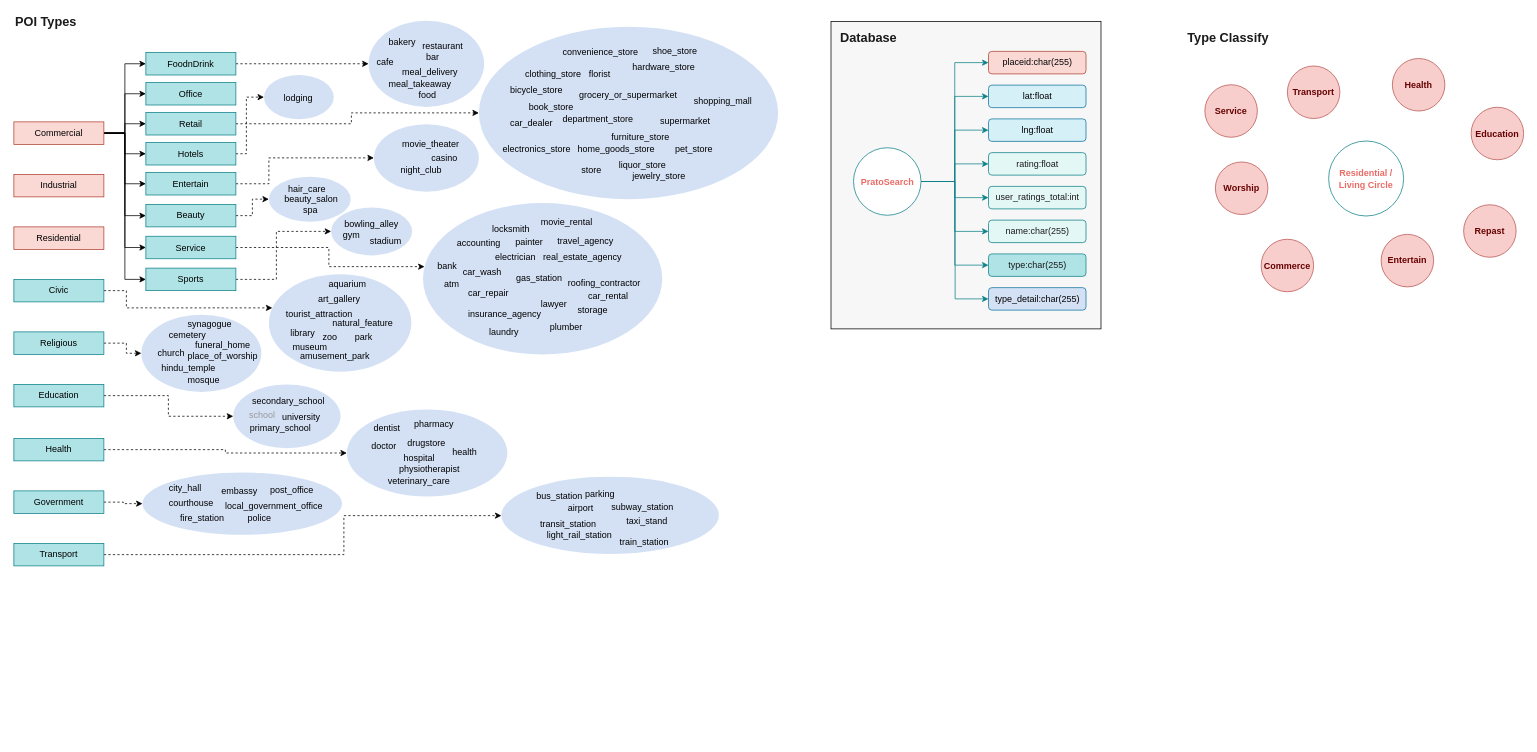
The draw.io diagram data/FunctionMap.drawio in amomorning/osm4arch, before the edit. Source tidied: cells renumbered, new cells numbered last; positions are measured from the earlier drawing's top-left corner, leaving out a move shared by most shapes. Both pictures are drawn from the tidied source at 75%, with x=0, y=0 at pixel (14, 13).
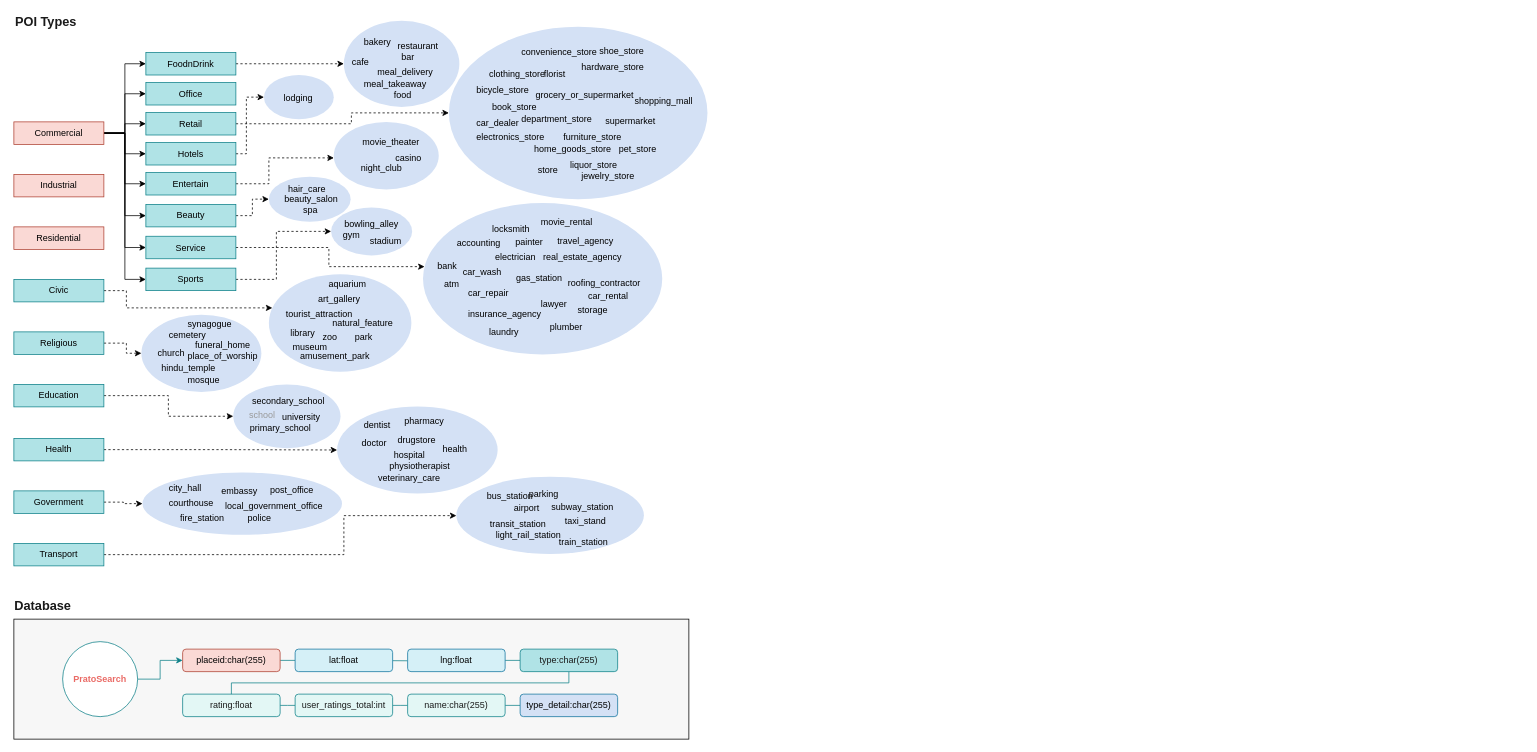
Above is the later version.

Change to the diagram source:
```diff
@@
     <mxCell id="2" style="ellipse;whiteSpace=wrap;html=1;fillColor=#D4E1F5;strokeColor=none;" parent="1" vertex="1">
-      <mxGeometry x="480" y="148" width="140" height="90" as="geometry" />
+      <mxGeometry x="426.5" y="145" width="140" height="90" as="geometry" />
     </mxCell>
@@
     <mxCell id="4" style="rounded=0;whiteSpace=wrap;html=1;labelBackgroundColor=#ffffff;fontSize=17;gradientColor=none;fillColor=#F7F7F7;strokeColor=#000000;" parent="1" vertex="1">
-      <mxGeometry x="1089.5" y="11" width="360" height="410" as="geometry" />
+      <mxGeometry y="808" width="900" height="160" as="geometry" />
     </mxCell>
-    <mxCell id="5" style="edgeStyle=orthogonalEdgeStyle;rounded=0;jettySize=auto;html=1;entryX=0;entryY=0.5;entryDx=0;entryDy=0;exitX=1;exitY=0.5;exitDx=0;exitDy=0;fillColor=#b0e3e6;strokeColor=#0e8088;" parent="1" edge="1" source="13" target="14">
+    <mxCell id="5" style="edgeStyle=orthogonalEdgeStyle;rounded=0;jettySize=auto;html=1;exitX=1;exitY=0.5;exitDx=0;exitDy=0;entryX=0;entryY=0.5;entryDx=0;entryDy=0;strokeColor=#0E8088;" parent="1" edge="1" source="13" target="14">
       <mxGeometry relative="1" as="geometry" />
     </mxCell>
-    <mxCell id="6" style="edgeStyle=orthogonalEdgeStyle;rounded=0;jettySize=auto;html=1;entryX=0;entryY=0.5;entryDx=0;entryDy=0;fillColor=#b0e3e6;strokeColor=#0e8088;" parent="1" edge="1" source="13" target="15">
-      <mxGeometry relative="1" as="geometry" />
-    </mxCell>
-    <mxCell id="7" style="edgeStyle=orthogonalEdgeStyle;rounded=0;jettySize=auto;html=1;entryX=0;entryY=0.5;entryDx=0;entryDy=0;fillColor=#b0e3e6;strokeColor=#0e8088;" parent="1" edge="1" source="13" target="16">
-      <mxGeometry relative="1" as="geometry" />
-    </mxCell>
-    <mxCell id="8" style="edgeStyle=orthogonalEdgeStyle;rounded=0;jettySize=auto;html=1;entryX=0;entryY=0.5;entryDx=0;entryDy=0;fillColor=#b0e3e6;strokeColor=#0e8088;" parent="1" edge="1" source="13" target="17">
-      <mxGeometry relative="1" as="geometry" />
-    </mxCell>
-    <mxCell id="9" style="edgeStyle=orthogonalEdgeStyle;rounded=0;jettySize=auto;html=1;fillColor=#b0e3e6;strokeColor=#0e8088;" parent="1" edge="1" source="13" target="18">
-      <mxGeometry relative="1" as="geometry" />
-    </mxCell>
-    <mxCell id="10" style="edgeStyle=orthogonalEdgeStyle;rounded=0;jettySize=auto;html=1;entryX=0;entryY=0.5;entryDx=0;entryDy=0;fillColor=#b0e3e6;strokeColor=#0e8088;" parent="1" edge="1" source="13" target="19">
-      <mxGeometry relative="1" as="geometry" />
-    </mxCell>
-    <mxCell id="11" style="edgeStyle=orthogonalEdgeStyle;rounded=0;jettySize=auto;html=1;entryX=0;entryY=0.5;entryDx=0;entryDy=0;fillColor=#b0e3e6;strokeColor=#0e8088;" parent="1" edge="1" source="13" target="20">
-      <mxGeometry relative="1" as="geometry" />
-    </mxCell>
-    <mxCell id="12" style="edgeStyle=elbowEdgeStyle;rounded=0;jettySize=auto;html=1;exitX=1;exitY=0.5;exitDx=0;exitDy=0;entryX=0;entryY=0.5;entryDx=0;entryDy=0;fontColor=#000000;fillColor=#b0e3e6;strokeColor=#0e8088;" parent="1" edge="1" source="13" target="195">
-      <mxGeometry relative="1" as="geometry" />
-    </mxCell>
-    <mxCell id="13" value="PratoSearch" style="ellipse;whiteSpace=wrap;html=1;fillColor=#FFFFFF;strokeColor=#0e8088;labelBackgroundColor=none;fontColor=#EA6B66;strokeWidth=1;fontStyle=1;" parent="1" vertex="1">
-      <mxGeometry x="1119.5" y="179.5" width="90" height="90" as="geometry" />
+    <mxCell id="13" value="PratoSearch" style="ellipse;whiteSpace=wrap;html=1;fillColor=#FFFFFF;strokeColor=#0E8088;labelBackgroundColor=none;fontColor=#EA6B66;strokeWidth=1;fontStyle=1;" parent="1" vertex="1">
+      <mxGeometry x="65" y="838" width="100" height="100" as="geometry" />
     </mxCell>
+    <mxCell id="198" style="edgeStyle=none;rounded=0;jettySize=auto;html=1;endArrow=none;endFill=0;strokeColor=#0E8088;" parent="1" edge="1" source="14" target="15">
+      <mxGeometry relative="1" as="geometry" />
+    </mxCell>
     <mxCell id="14" value="placeid:char(255)" style="rounded=1;whiteSpace=wrap;html=1;fillColor=#fad9d5;strokeColor=#ae4132;" parent="1" vertex="1">
-      <mxGeometry x="1299.5" y="51" width="130" height="30" as="geometry" />
+      <mxGeometry x="225" y="848" width="130" height="30" as="geometry" />
     </mxCell>
+    <mxCell id="199" style="edgeStyle=none;rounded=0;jettySize=auto;html=1;entryX=-0.002;entryY=0.518;entryDx=0;entryDy=0;entryPerimeter=0;endArrow=none;endFill=0;strokeColor=#0E8088;" parent="1" edge="1" source="15" target="16">
+      <mxGeometry relative="1" as="geometry" />
+    </mxCell>
     <mxCell id="15" value="lat:float" style="rounded=1;whiteSpace=wrap;html=1;fillColor=#D5F0F7;strokeColor=#10739e;" parent="1" vertex="1">
-      <mxGeometry x="1299.5" y="96" width="130" height="30" as="geometry" />
+      <mxGeometry x="375" y="848" width="130" height="30" as="geometry" />
     </mxCell>
+    <mxCell id="200" style="edgeStyle=none;rounded=0;jettySize=auto;html=1;entryX=0;entryY=0.5;entryDx=0;entryDy=0;endArrow=none;endFill=0;strokeColor=#0E8088;" parent="1" edge="1" source="16" target="20">
+      <mxGeometry relative="1" as="geometry" />
+    </mxCell>
     <mxCell id="16" value="lng:float" style="rounded=1;whiteSpace=wrap;html=1;fillColor=#D5F0F7;strokeColor=#10739e;" parent="1" vertex="1">
-      <mxGeometry x="1299.5" y="141" width="130" height="30" as="geometry" />
+      <mxGeometry x="525" y="848" width="130" height="30" as="geometry" />
     </mxCell>
+    <mxCell id="201" style="edgeStyle=elbowEdgeStyle;rounded=0;jettySize=auto;elbow=vertical;html=1;exitX=1;exitY=0.5;exitDx=0;exitDy=0;entryX=0;entryY=0.5;entryDx=0;entryDy=0;endArrow=none;endFill=0;strokeColor=#0E8088;" parent="1" edge="1" source="17" target="18">
+      <mxGeometry relative="1" as="geometry" />
+    </mxCell>
     <mxCell id="17" value="rating:float" style="rounded=1;whiteSpace=wrap;html=1;fillColor=#E3F7F5;strokeColor=#0e8088;fontColor=#1A1A1A;" parent="1" vertex="1">
-      <mxGeometry x="1299.5" y="186" width="130" height="30" as="geometry" />
+      <mxGeometry x="225" y="908" width="130" height="30" as="geometry" />
     </mxCell>
+    <mxCell id="202" style="edgeStyle=elbowEdgeStyle;rounded=0;jettySize=auto;elbow=vertical;html=1;endArrow=none;endFill=0;strokeColor=#0E8088;entryX=0;entryY=0.5;entryDx=0;entryDy=0;" parent="1" edge="1" source="18" target="19">
+      <mxGeometry relative="1" as="geometry" />
+    </mxCell>
     <mxCell id="18" value="user_ratings_total:int" style="rounded=1;whiteSpace=wrap;html=1;fillColor=#E3F7F5;strokeColor=#0e8088;fontColor=#1A1A1A;" parent="1" vertex="1">
-      <mxGeometry x="1299.5" y="231" width="130" height="30" as="geometry" />
+      <mxGeometry x="375" y="908" width="130" height="30" as="geometry" />
     </mxCell>
+    <mxCell id="203" style="edgeStyle=elbowEdgeStyle;rounded=0;jettySize=auto;elbow=vertical;html=1;endArrow=none;endFill=0;strokeColor=#0E8088;entryX=0.001;entryY=0.505;entryDx=0;entryDy=0;entryPerimeter=0;" parent="1" edge="1" source="19" target="195">
+      <mxGeometry relative="1" as="geometry" />
+    </mxCell>
     <mxCell id="19" value="name:char(255)" style="rounded=1;whiteSpace=wrap;html=1;fillColor=#E3F7F5;strokeColor=#0e8088;fontColor=#1A1A1A;" parent="1" vertex="1">
-      <mxGeometry x="1299.5" y="276" width="130" height="30" as="geometry" />
+      <mxGeometry x="525" y="908" width="130" height="30" as="geometry" />
     </mxCell>
+    <mxCell id="204" style="edgeStyle=elbowEdgeStyle;rounded=0;jettySize=auto;html=1;entryX=0.5;entryY=0;entryDx=0;entryDy=0;endArrow=none;endFill=0;strokeColor=#0E8088;elbow=vertical;" parent="1" edge="1" source="20" target="17">
+      <mxGeometry relative="1" as="geometry" />
+    </mxCell>
     <mxCell id="20" value="type:char(255)" style="rounded=1;whiteSpace=wrap;html=1;fillColor=#b0e3e6;strokeColor=#0e8088;fontColor=#1A1A1A;" parent="1" vertex="1">
-      <mxGeometry x="1299.5" y="321" width="130" height="30" as="geometry" />
+      <mxGeometry x="675" y="848" width="130" height="30" as="geometry" />
     </mxCell>
     <mxCell id="21" value="Database" style="text;html=1;align=left;verticalAlign=top;spacingTop=-4;fontColor=#1A1A1A;fontStyle=1;fontSize=17;" parent="1" vertex="1">
-      <mxGeometry x="1099.5" y="21" width="90" height="20" as="geometry" />
+      <mxGeometry x="-1" y="778" width="90" height="20" as="geometry" />
     </mxCell>
-    <mxCell id="22" value="Type Classify" style="text;html=1;align=left;verticalAlign=top;spacingTop=-4;fontColor=#1A1A1A;fontStyle=1;fontSize=17;" parent="1" vertex="1">
-      <mxGeometry x="1562.5" y="21" width="120" height="20" as="geometry" />
-    </mxCell>
-    <mxCell id="23" value="Residential / Living Circle" style="ellipse;whiteSpace=wrap;html=1;fillColor=#FFFFFF;strokeColor=#0e8088;labelBackgroundColor=none;fontColor=#EA6B66;strokeWidth=1;fontStyle=1;" parent="1" vertex="1">
-      <mxGeometry x="1753" y="170.5" width="100" height="100" as="geometry" />
-    </mxCell>
-    <mxCell id="24" value="Education" style="ellipse;whiteSpace=wrap;html=1;fillColor=#f8cecc;strokeColor=#b85450;labelBackgroundColor=none;strokeWidth=1;fontColor=#660000;fontStyle=1;" parent="1" vertex="1">
-      <mxGeometry x="1943" y="125.5" width="70" height="70" as="geometry" />
-    </mxCell>
-    <mxCell id="25" value="Health" style="ellipse;whiteSpace=wrap;html=1;fillColor=#f8cecc;strokeColor=#b85450;labelBackgroundColor=none;strokeWidth=1;fontColor=#660000;fontStyle=1;" parent="1" vertex="1">
-      <mxGeometry x="1838" y="60.5" width="70" height="70" as="geometry" />
-    </mxCell>
-    <mxCell id="26" value="Repast" style="ellipse;whiteSpace=wrap;html=1;fillColor=#f8cecc;strokeColor=#b85450;labelBackgroundColor=none;strokeWidth=1;fontColor=#660000;fontStyle=1;" parent="1" vertex="1">
-      <mxGeometry x="1933" y="255.5" width="70" height="70" as="geometry" />
-    </mxCell>
-    <mxCell id="27" value="Entertain" style="ellipse;whiteSpace=wrap;html=1;fillColor=#f8cecc;strokeColor=#b85450;labelBackgroundColor=none;strokeWidth=1;fontColor=#660000;fontStyle=1;" parent="1" vertex="1">
-      <mxGeometry x="1823" y="295" width="70" height="70" as="geometry" />
-    </mxCell>
-    <mxCell id="28" value="Commerce" style="ellipse;whiteSpace=wrap;html=1;fillColor=#f8cecc;strokeColor=#b85450;labelBackgroundColor=none;strokeWidth=1;fontColor=#660000;fontStyle=1;" parent="1" vertex="1">
-      <mxGeometry x="1663" y="301.5" width="70" height="70" as="geometry" />
-    </mxCell>
-    <mxCell id="29" value="Service" style="ellipse;whiteSpace=wrap;html=1;fillColor=#f8cecc;strokeColor=#b85450;labelBackgroundColor=none;strokeWidth=1;fontColor=#660000;fontStyle=1;" parent="1" vertex="1">
-      <mxGeometry x="1588" y="95.5" width="70" height="70" as="geometry" />
-    </mxCell>
-    <mxCell id="30" value="Worship" style="ellipse;whiteSpace=wrap;html=1;fillColor=#f8cecc;strokeColor=#b85450;labelBackgroundColor=none;strokeWidth=1;fontColor=#660000;fontStyle=1;" parent="1" vertex="1">
-      <mxGeometry x="1602" y="198.5" width="70" height="70" as="geometry" />
-    </mxCell>
-    <mxCell id="31" value="Transport" style="ellipse;whiteSpace=wrap;html=1;fillColor=#f8cecc;strokeColor=#b85450;labelBackgroundColor=none;strokeWidth=1;fontColor=#660000;fontStyle=1;" parent="1" vertex="1">
-      <mxGeometry x="1698" y="70.5" width="70" height="70" as="geometry" />
-    </mxCell>
@@
     <mxCell id="73" style="group;fillColor=none;" parent="1" vertex="1">
-      <mxGeometry x="620" y="18" width="405" height="230" as="geometry" />
+      <mxGeometry x="580" y="18" width="350" height="230" as="geometry" />
     </mxCell>
     <mxCell id="74" style="ellipse;whiteSpace=wrap;html=1;fillColor=#D4E1F5;strokeColor=none;" parent="73" vertex="1">
-      <mxGeometry width="399" height="230" as="geometry" />
+      <mxGeometry width="344.8" height="230" as="geometry" />
     </mxCell>
     <mxCell id="75" value="bicycle_store" style="text;html=1;align=left;verticalAlign=top;spacingTop=-4;fontColor=#000000;" parent="73" vertex="1">
-      <mxGeometry x="40" y="74.8" width="90" height="20" as="geometry" />
+      <mxGeometry x="34.6" y="74.8" width="90" height="20" as="geometry" />
     </mxCell>
     <mxCell id="76" value="book_store" style="text;html=1;fontColor=#000000;" parent="73" vertex="1">
-      <mxGeometry x="65" y="93.3" width="80" height="37.1" as="geometry" />
+      <mxGeometry x="56.2" y="93.3" width="69.1" height="37.1" as="geometry" />
     </mxCell>
     <mxCell id="77" value="car_dealer" style="text;html=1;fontColor=#000000;" parent="73" vertex="1">
-      <mxGeometry x="40" y="115" width="80" height="38" as="geometry" />
+      <mxGeometry x="34.6" y="115" width="69.1" height="38" as="geometry" />
     </mxCell>
     <mxCell id="78" value="clothing_store" style="text;html=1;fontColor=#000000;" parent="73" vertex="1">
-      <mxGeometry x="60" y="50.1" width="100" height="37.1" as="geometry" />
+      <mxGeometry x="51.9" y="50.1" width="86.4" height="37.1" as="geometry" />
     </mxCell>
     <mxCell id="79" value="convenience_store" style="text;html=1;fontColor=#000000;" parent="73" vertex="1">
-      <mxGeometry x="110" y="19.8" width="130" height="37.1" as="geometry" />
+      <mxGeometry x="95.1" y="19.8" width="112.3" height="37.1" as="geometry" />
     </mxCell>
     <mxCell id="80" value="department_store" style="text;html=1;fontColor=#000000;" parent="73" vertex="1">
-      <mxGeometry x="110" y="108.8" width="120" height="37.1" as="geometry" />
+      <mxGeometry x="95.1" y="108.8" width="103.7" height="37.1" as="geometry" />
     </mxCell>
     <mxCell id="81" value="electronics_store" style="text;html=1;fontColor=#000000;" parent="73" vertex="1">
-      <mxGeometry x="30" y="148.9" width="120" height="37.1" as="geometry" />
+      <mxGeometry x="34.6" y="133.5" width="103.7" height="37.1" as="geometry" />
     </mxCell>
     <mxCell id="82" value="florist" style="text;html=1;fontColor=#000000;" parent="73" vertex="1">
-      <mxGeometry x="145" y="50.1" width="50" height="37.1" as="geometry" />
+      <mxGeometry x="125.3" y="50.1" width="43.2" height="37.1" as="geometry" />
     </mxCell>
     <mxCell id="83" value="furniture_store" style="text;html=1;fontColor=#000000;" parent="73" vertex="1">
-      <mxGeometry x="175" y="133.5" width="100" height="37.1" as="geometry" />
+      <mxGeometry x="151.2" y="133.5" width="86.4" height="37.1" as="geometry" />
     </mxCell>
     <mxCell id="84" value="grocery_or_supermarket" style="text;html=1;fontColor=#000000;" parent="73" vertex="1">
-      <mxGeometry x="132" y="76.8" width="160" height="37.1" as="geometry" />
+      <mxGeometry x="114.1" y="76.8" width="138.3" height="37.1" as="geometry" />
     </mxCell>
     <mxCell id="85" value="hardware_store" style="text;html=1;fontColor=#000000;" parent="73" vertex="1">
-      <mxGeometry x="202.5" y="40.2" width="110" height="37.1" as="geometry" />
+      <mxGeometry x="175" y="40.2" width="95.1" height="37.1" as="geometry" />
     </mxCell>
     <mxCell id="86" value="home_goods_store" style="text;html=1;fontColor=#000000;" parent="73" vertex="1">
-      <mxGeometry x="130" y="149.6" width="130" height="37.1" as="geometry" />
+      <mxGeometry x="112.3" y="149.6" width="112.3" height="37.1" as="geometry" />
     </mxCell>
     <mxCell id="87" value="pet_store" style="text;html=1;fontColor=#000000;" parent="73" vertex="1">
-      <mxGeometry x="260" y="149" width="80" height="37.1" as="geometry" />
+      <mxGeometry x="224.7" y="149" width="69.1" height="37.1" as="geometry" />
     </mxCell>
     <mxCell id="88" value="shoe_store" style="text;html=1;fontColor=#000000;" parent="73" vertex="1">
-      <mxGeometry x="230" y="19.2" width="80" height="37.1" as="geometry" />
+      <mxGeometry x="198.8" y="19.2" width="69.1" height="37.1" as="geometry" />
     </mxCell>
     <mxCell id="89" value="shopping_mall" style="text;html=1;fontColor=#000000;" parent="73" vertex="1">
-      <mxGeometry x="285" y="84.7" width="100" height="37.1" as="geometry" />
+      <mxGeometry x="246.3" y="84.7" width="86.4" height="37.1" as="geometry" />
     </mxCell>
     <mxCell id="90" value="store" style="text;html=1;fontColor=#000000;" parent="73" vertex="1">
-      <mxGeometry x="135" y="176.7" width="50" height="37.1" as="geometry" />
+      <mxGeometry x="116.7" y="176.7" width="43.2" height="37.1" as="geometry" />
     </mxCell>
     <mxCell id="91" value="supermarket" style="text;html=1;fontColor=#000000;" parent="73" vertex="1">
-      <mxGeometry x="240" y="111.9" width="90" height="37.1" as="geometry" />
+      <mxGeometry x="207.4" y="111.9" width="77.8" height="37.1" as="geometry" />
     </mxCell>
     <mxCell id="92" value="liquor_store" style="text;html=1;fontColor=#000000;" parent="73" vertex="1">
-      <mxGeometry x="185" y="170.8" width="90" height="37.1" as="geometry" />
+      <mxGeometry x="159.9" y="170.8" width="77.8" height="37.1" as="geometry" />
     </mxCell>
     <mxCell id="93" value="jewelry_store" style="text;html=1;fontColor=#000000;" parent="73" vertex="1">
-      <mxGeometry x="202.5" y="186" width="100" height="30" as="geometry" />
+      <mxGeometry x="175" y="186" width="86.4" height="30" as="geometry" />
     </mxCell>
     <mxCell id="94" style="group;" parent="1" vertex="1">
-      <mxGeometry x="473" y="10" width="159" height="115" as="geometry" />
+      <mxGeometry x="440" y="10" width="159" height="115" as="geometry" />
     </mxCell>
@@
     <mxCell id="153" value="casino" style="text;html=1;fontColor=#000000;" parent="1" vertex="1">
-      <mxGeometry x="555.2" y="179.8" width="46.7" height="22.8" as="geometry" />
+      <mxGeometry x="506.5" y="179.1" width="41.9" height="20.5" as="geometry" />
     </mxCell>
     <mxCell id="154" value="movie_theater" style="text;html=1;fontColor=#000000;" parent="1" vertex="1">
-      <mxGeometry x="516.2" y="160.8" width="77.8" height="28.2" as="geometry" />
+      <mxGeometry x="462.7" y="157.8" width="77.8" height="28.2" as="geometry" />
     </mxCell>
     <mxCell id="155" value="night_club" style="text;html=1;fontColor=#000000;" parent="1" vertex="1">
-      <mxGeometry x="514" y="195.5" width="80" height="30" as="geometry" />
+      <mxGeometry x="460.5" y="192.5" width="80" height="30" as="geometry" />
     </mxCell>
     <mxCell id="156" style="group;" parent="1" vertex="1">
-      <mxGeometry x="650" y="618" width="290" height="103" as="geometry" />
+      <mxGeometry x="590" y="618" width="250" height="103" as="geometry" />
     </mxCell>
     <mxCell id="157" style="ellipse;whiteSpace=wrap;html=1;fillColor=#D4E1F5;strokeColor=none;" parent="156" vertex="1">
-      <mxGeometry width="290" height="103" as="geometry" />
+      <mxGeometry width="250" height="103" as="geometry" />
     </mxCell>
     <mxCell id="158" value="airport" style="text;html=1;align=left;verticalAlign=top;spacingTop=-4;" parent="156" vertex="1">
-      <mxGeometry x="86.8" y="31.5" width="50" height="20" as="geometry" />
+      <mxGeometry x="74.8" y="31.5" width="50" height="20" as="geometry" />
     </mxCell>
     <mxCell id="159" value="bus_station" style="text;html=1;fontColor=#000000;" parent="156" vertex="1">
-      <mxGeometry x="45.3" y="11.5" width="83.1" height="30" as="geometry" />
+      <mxGeometry x="39" y="11.5" width="71.7" height="30" as="geometry" />
     </mxCell>
     <mxCell id="160" value="transit_station" style="text;html=1;fontColor=#000000;" parent="156" vertex="1">
-      <mxGeometry x="49.9" y="49" width="92.4" height="30" as="geometry" />
+      <mxGeometry x="43" y="49" width="79.6" height="30" as="geometry" />
     </mxCell>
     <mxCell id="161" value="light_rail_station" style="text;html=1;fontColor=#000000;" parent="156" vertex="1">
-      <mxGeometry x="59.1" y="64" width="101.6" height="30" as="geometry" />
+      <mxGeometry x="51" y="64" width="87.6" height="30" as="geometry" />
     </mxCell>
     <mxCell id="162" value="parking" style="text;html=1;fontColor=#000000;" parent="156" vertex="1">
-      <mxGeometry x="109.9" y="8.5" width="55.4" height="30" as="geometry" />
+      <mxGeometry x="94.7" y="8.5" width="47.8" height="30" as="geometry" />
     </mxCell>
     <mxCell id="163" value="subway_station" style="text;html=1;fontColor=#000000;" parent="156" vertex="1">
-      <mxGeometry x="145" y="26.5" width="101.6" height="30" as="geometry" />
+      <mxGeometry x="125" y="26.5" width="87.6" height="30" as="geometry" />
     </mxCell>
     <mxCell id="164" value="taxi_stand" style="text;html=1;fontColor=#000000;" parent="156" vertex="1">
-      <mxGeometry x="165.3" y="45.5" width="73.9" height="30" as="geometry" />
+      <mxGeometry x="142.5" y="45.5" width="63.7" height="30" as="geometry" />
     </mxCell>
     <mxCell id="165" value="train_station" style="text;html=1;fontColor=#000000;" parent="156" vertex="1">
-      <mxGeometry x="156.1" y="73" width="83.1" height="30" as="geometry" />
+      <mxGeometry x="134.6" y="73" width="71.7" height="30" as="geometry" />
     </mxCell>
@@
     <mxCell id="176" style="group;" parent="1" vertex="1">
-      <mxGeometry x="444" y="528.5" width="214" height="116" as="geometry" />
+      <mxGeometry x="431" y="524.5" width="214" height="116" as="geometry" />
     </mxCell>
@@
     <mxCell id="195" value="type_detail:char(255)" style="rounded=1;whiteSpace=wrap;html=1;fillColor=#D4E1F5;strokeColor=#10739e;" parent="1" vertex="1">
-      <mxGeometry x="1299.5" y="366" width="130" height="30" as="geometry" />
+      <mxGeometry x="675" y="908" width="130" height="30" as="geometry" />
     </mxCell>
@@
-    <mxCell id="197" style="edgeStyle=elbowEdgeStyle;rounded=0;orthogonalLoop=1;jettySize=auto;html=1;exitX=1;exitY=1;exitDx=0;exitDy=0;dashed=1;fontColor=#000000;" parent="1" edge="1" source="27" target="27">
-      <mxGeometry relative="1" as="geometry" />
-    </mxCell>
```
